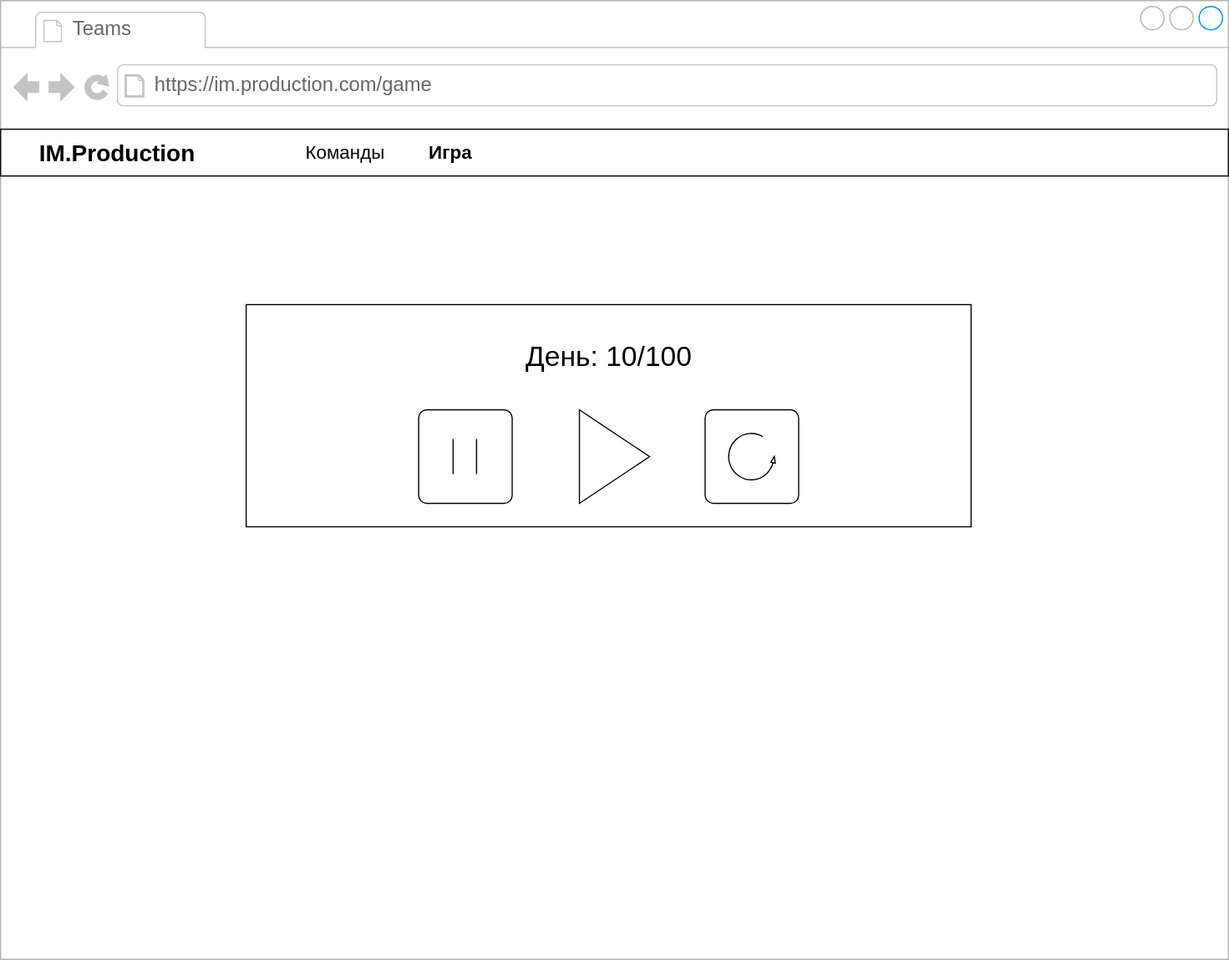
The draw.io diagram docs/mockups/Game.svg in yafarkin/im.production, before a commit. Source tidied: cells renumbered, new cells last; positions are measured from the earlier drawing's top-left corner, leaving out a move shared by most shapes.
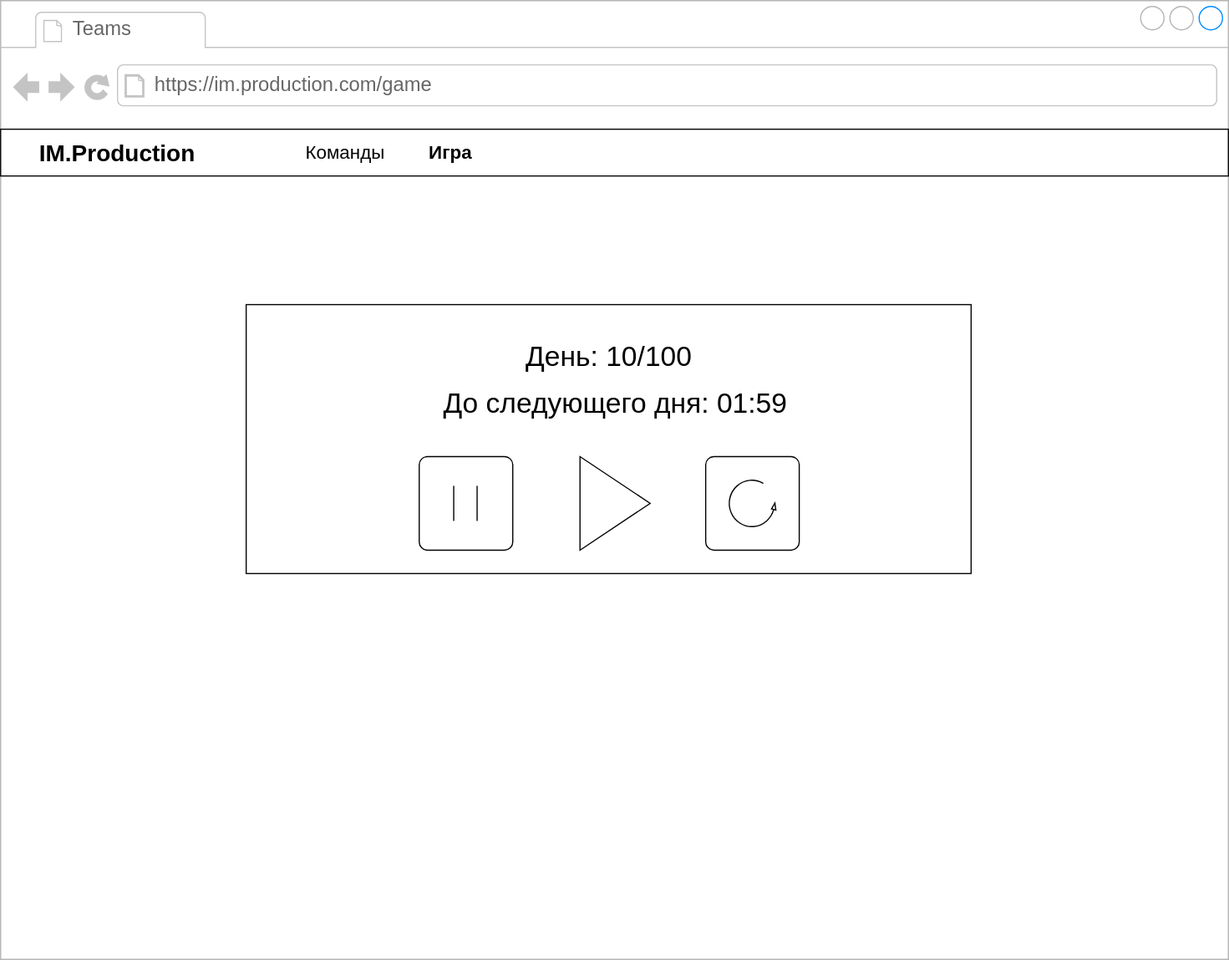
Later version of the same file.

Commit message:
Add label "До следующего дня: 01:59"

What changed in the source:
```diff
@@ -6,7 +6,7 @@
       <mxGeometry width="1050" height="820" as="geometry" />
     </mxCell>
     <mxCell id="3" style="rounded=0;fontColor=none;labelBackgroundColor=none;noLabel=1;whiteSpace=wrap;" parent="2" vertex="1">
-      <mxGeometry x="210" y="260" width="620" height="190" as="geometry" />
+      <mxGeometry x="210" y="260" width="620" height="230" as="geometry" />
     </mxCell>
     <mxCell id="4" value="Teams" style="strokeWidth=1;shadow=0;dashed=0;align=center;html=1;shape=mxgraph.mockup.containers.anchor;fontSize=17;fontColor=#666666;align=left;" parent="2" vertex="1">
       <mxGeometry x="60" y="12" width="110" height="26" as="geometry" />
@@ -30,27 +30,30 @@
       <mxGeometry x="437.5" y="280" width="165" height="50" as="geometry" />
     </mxCell>
     <mxCell id="11" style="triangle;whiteSpace=wrap;html=1;" parent="2" vertex="1">
-      <mxGeometry x="495" y="350" width="60" height="80" as="geometry" />
+      <mxGeometry x="495.5" y="390" width="60" height="80" as="geometry" />
     </mxCell>
     <mxCell id="12" style="rounded=1;whiteSpace=wrap;html=1;absoluteArcSize=1;arcSize=14;strokeWidth=1;" parent="2" vertex="1">
-      <mxGeometry x="357.5" y="350" width="80" height="80" as="geometry" />
+      <mxGeometry x="358" y="390" width="80" height="80" as="geometry" />
     </mxCell>
     <mxCell id="13" style="rounded=1;whiteSpace=wrap;html=1;absoluteArcSize=1;arcSize=14;strokeWidth=1;" parent="2" vertex="1">
-      <mxGeometry x="602.5" y="350" width="80" height="80" as="geometry" />
+      <mxGeometry x="603" y="390" width="80" height="80" as="geometry" />
     </mxCell>
     <mxCell id="14" style="verticalLabelPosition=bottom;html=1;verticalAlign=top;strokeWidth=1;shape=mxgraph.lean_mapping.physical_pull;" parent="2" vertex="1">
-      <mxGeometry x="622.5" y="370" width="40" height="40" as="geometry" />
+      <mxGeometry x="623" y="410" width="40" height="40" as="geometry" />
     </mxCell>
+    <mxCell id="17" value="&lt;font style=&quot;font-size: 24px&quot;&gt;До следующего дня: 01:59&lt;/font&gt;" style="text;html=1;strokeColor=none;fillColor=none;align=center;verticalAlign=middle;whiteSpace=wrap;rounded=0;" parent="2" vertex="1">
+      <mxGeometry x="329.5" y="320" width="392" height="50" as="geometry" />
+    </mxCell>
     <mxCell id="15" style="endArrow=none;html=1;jumpSize=0;strokeWidth=1;" parent="1" edge="1">
       <mxGeometry relative="1" as="geometry">
-        <mxPoint x="387" y="405" as="sourcePoint" />
-        <mxPoint x="387" y="375" as="targetPoint" />
+        <mxPoint x="387.5" y="445" as="sourcePoint" />
+        <mxPoint x="387.5" y="415" as="targetPoint" />
       </mxGeometry>
     </mxCell>
     <mxCell id="16" style="endArrow=none;html=1;jumpSize=0;strokeWidth=1;" parent="1" edge="1">
       <mxGeometry relative="1" as="geometry">
-        <mxPoint x="407" y="405" as="sourcePoint" />
-        <mxPoint x="407" y="375" as="targetPoint" />
+        <mxPoint x="407.5" y="445" as="sourcePoint" />
+        <mxPoint x="407.5" y="415" as="targetPoint" />
       </mxGeometry>
     </mxCell>
   </root>
```
